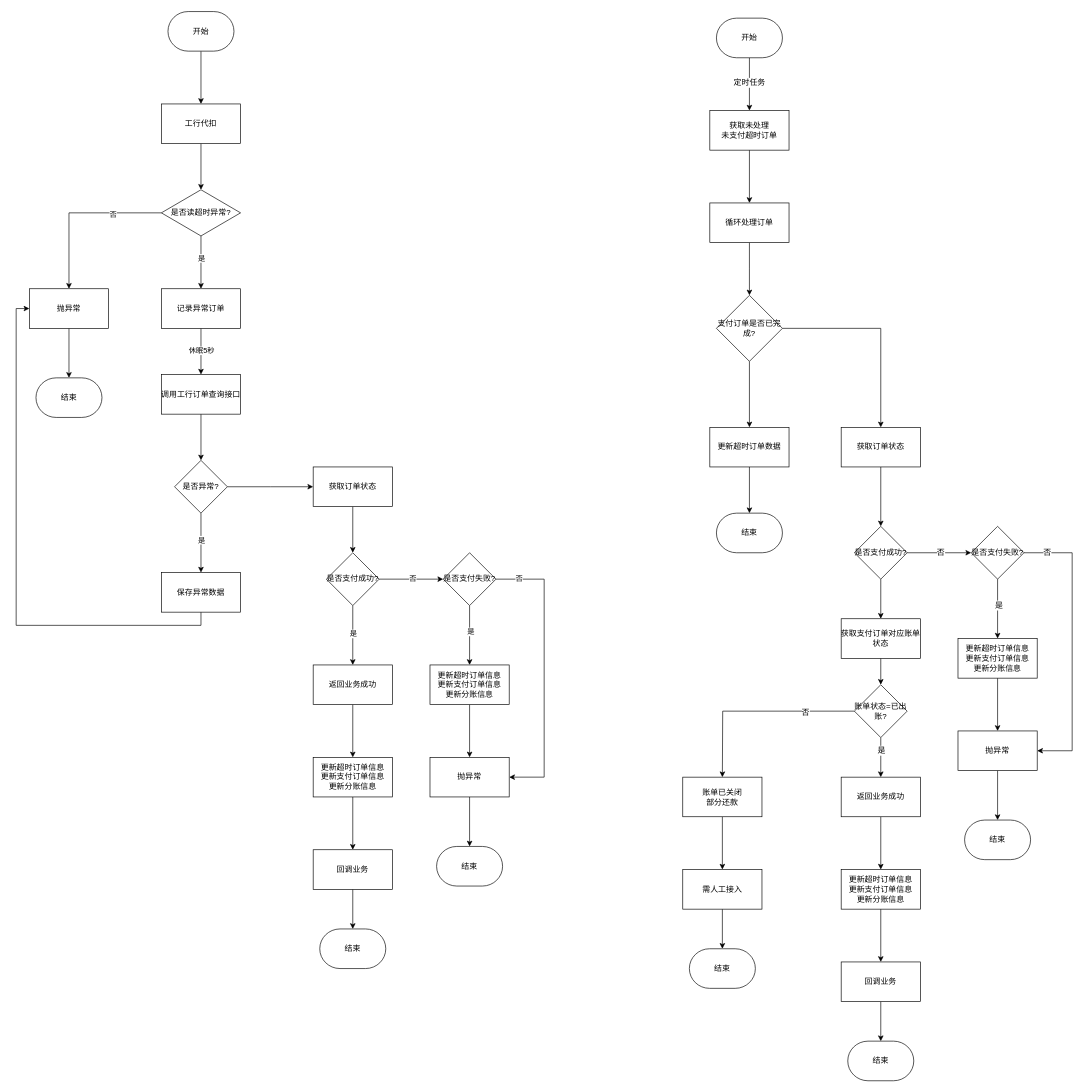
Earlier version of the draw.io diagram 工行超时优化.drawio (tanglusheng/drawio). Source tidied: cells renumbered, new cells numbered last; positions are measured from the earlier drawing's top-left corner, leaving out a move shared by most shapes. Both pictures are drawn from the tidied source at 66%, with x=0, y=0 at pixel (29, 11).
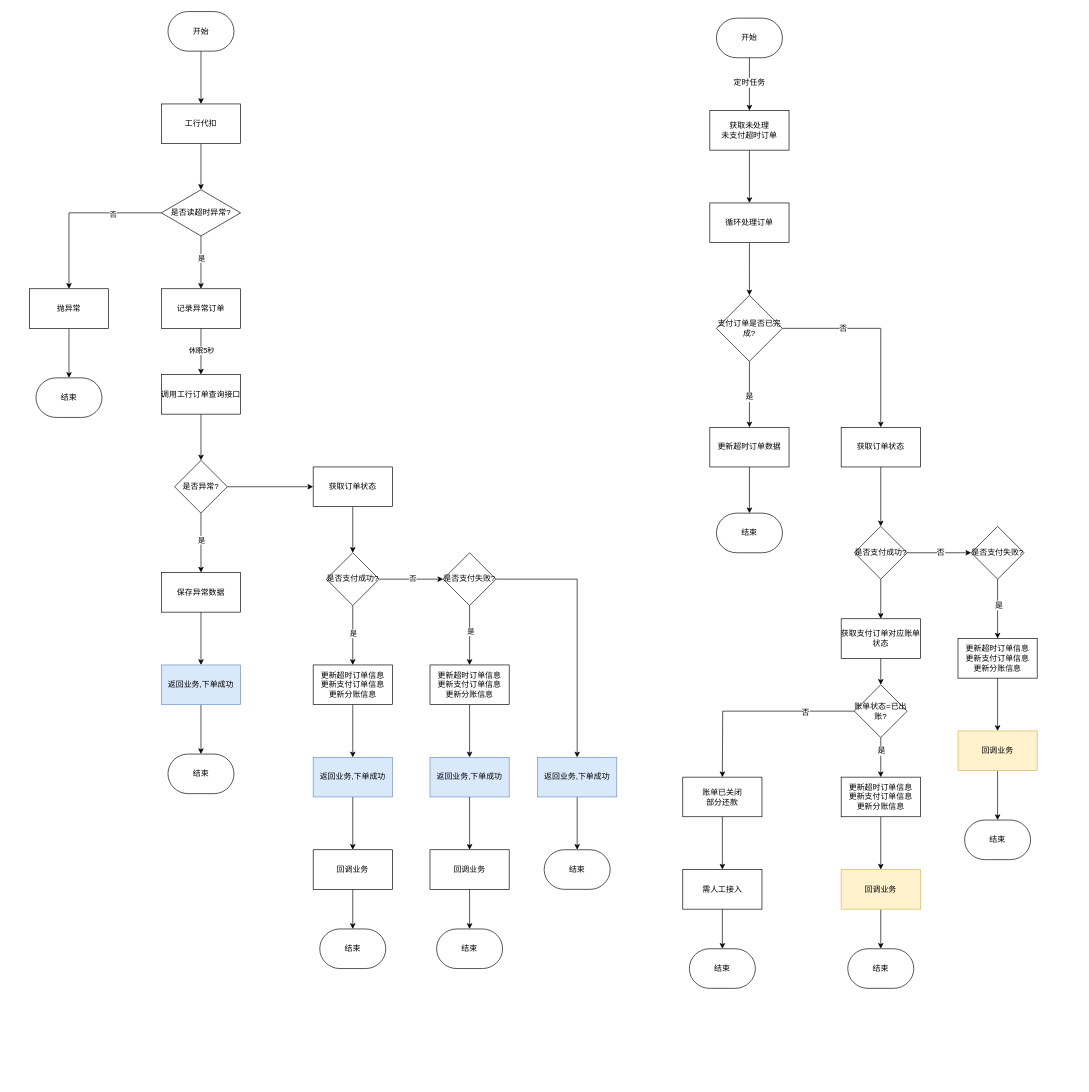
The same page after the edit.

Commit message:
更新工行超时优化.drawio

The change refers to these unchanged cells:
```xml
<mxCell id="15" value="抛异常" style="whiteSpace=wrap;html=1;strokeWidth=1;spacing=1;" parent="1" vertex="1">
  <mxGeometry y="420" width="120" height="60" as="geometry" />
</mxCell>
<mxCell id="24" value="保存异常数据" style="whiteSpace=wrap;html=1;strokeWidth=1;spacing=1;" parent="1" vertex="1">
  <mxGeometry x="200" y="850" width="120" height="60" as="geometry" />
</mxCell>
<mxCell id="43" value="是否支付失败?" style="rhombus;whiteSpace=wrap;html=1;strokeWidth=1;spacing=1;" parent="1" vertex="1">
  <mxGeometry x="627" y="820" width="80" height="80" as="geometry" />
</mxCell>
<mxCell id="56" style="edgeStyle=orthogonalEdgeStyle;rounded=0;jettySize=auto;html=1;spacing=1;strokeColor=default;strokeWidth=1;align=center;verticalAlign=middle;fontFamily=Helvetica;fontSize=12;fontColor=default;fillColor=default;" parent="1" edge="1" source="58" target="60">
  <mxGeometry relative="1" as="geometry" />
</mxCell>
<mxCell id="57" style="edgeStyle=orthogonalEdgeStyle;rounded=0;jettySize=auto;html=1;exitX=1;exitY=0.5;exitDx=0;exitDy=0;exitPerimeter=0;entryX=0.5;entryY=0;entryDx=0;entryDy=0;spacing=1;strokeColor=default;strokeWidth=1;align=center;verticalAlign=middle;fontFamily=Helvetica;fontSize=12;fontColor=default;fillColor=default;" parent="1" edge="1" source="58" target="62">
  <mxGeometry relative="1" as="geometry" />
</mxCell>
<mxCell id="79" value="是否支付失败?" style="rhombus;whiteSpace=wrap;html=1;strokeWidth=1;spacing=1;rounded=0;strokeColor=default;align=center;verticalAlign=middle;fontFamily=Helvetica;fontSize=12;fontColor=default;fillColor=default;" parent="1" vertex="1">
  <mxGeometry x="1427" y="780" width="80" height="80" as="geometry" />
</mxCell>
<mxCell id="91" value="账单状态=已出账?" style="rhombus;whiteSpace=wrap;html=1;rounded=0;spacing=1;strokeWidth=1;" parent="1" vertex="1">
  <mxGeometry x="1250" y="1020" width="80" height="80" as="geometry" />
</mxCell>
```

Diff of the diagram source:
```diff
@@
-    <mxCell id="23" style="edgeStyle=orthogonalEdgeStyle;rounded=0;jettySize=auto;html=1;exitX=0.5;exitY=1;exitDx=0;exitDy=0;entryX=0;entryY=0.5;entryDx=0;entryDy=0;spacing=1;" parent="1" edge="1" source="24" target="15">
-      <mxGeometry relative="1" as="geometry" />
-    </mxCell>
+    <mxCell id="97" style="edgeStyle=orthogonalEdgeStyle;rounded=0;jettySize=auto;html=1;fontFamily=Helvetica;fontSize=12;fontColor=default;" parent="1" edge="1" source="24" target="101">
+      <mxGeometry relative="1" as="geometry" />
+    </mxCell>
@@
-    <mxCell id="33" value="返回业务成功" style="whiteSpace=wrap;html=1;strokeWidth=1;spacing=1;" parent="1" vertex="1">
+    <mxCell id="33" value="更新超时订单信息&lt;div&gt;更新支付订单信息&lt;/div&gt;&lt;span style=&quot;background-color: transparent;&quot;&gt;更新分账信息&lt;/span&gt;" style="whiteSpace=wrap;html=1;strokeWidth=1;spacing=1;" parent="1" vertex="1">
       <mxGeometry x="430" y="990" width="120" height="60" as="geometry" />
     </mxCell>
@@
-    <mxCell id="35" value="更新超时订单信息&lt;div&gt;更新支付订单信息&lt;/div&gt;&lt;div&gt;更新分账信息&lt;/div&gt;" style="whiteSpace=wrap;html=1;strokeWidth=1;spacing=1;" parent="1" vertex="1">
+    <mxCell id="35" value="返回业务,下单成功" style="whiteSpace=wrap;html=1;strokeWidth=1;spacing=1;fillColor=#dae8fc;strokeColor=#6c8ebf;" parent="1" vertex="1">
       <mxGeometry x="430" y="1130" width="120" height="60" as="geometry" />
     </mxCell>
@@
-    <mxCell id="41" style="edgeStyle=orthogonalEdgeStyle;rounded=0;jettySize=auto;html=1;entryX=1;entryY=0.5;entryDx=0;entryDy=0;spacing=1;" parent="1" edge="1" source="43" target="47">
-      <mxGeometry relative="1" as="geometry">
-        <Array as="points">
-          <mxPoint x="780" y="860" />
-          <mxPoint x="780" y="1160" />
-        </Array>
-      </mxGeometry>
-    </mxCell>
-    <mxCell id="42" value="否" style="edgeLabel;html=1;align=center;verticalAlign=middle;spacing=1;" parent="41" vertex="1">
-      <mxGeometry x="-0.84" y="1" relative="1" as="geometry" />
-    </mxCell>
@@
-    <mxCell id="46" style="edgeStyle=orthogonalEdgeStyle;rounded=0;jettySize=auto;html=1;spacing=1;strokeWidth=1;" parent="1" edge="1" source="47" target="48">
+    <mxCell id="46" style="edgeStyle=orthogonalEdgeStyle;rounded=0;jettySize=auto;html=1;spacing=1;strokeWidth=1;" parent="1" edge="1" source="104" target="48">
       <mxGeometry relative="1" as="geometry" />
     </mxCell>
-    <mxCell id="47" value="抛异常" style="whiteSpace=wrap;html=1;strokeWidth=1;spacing=1;" parent="1" vertex="1">
+    <mxCell id="47" value="返回业务,下单成功" style="whiteSpace=wrap;html=1;strokeWidth=1;spacing=1;fillColor=#dae8fc;strokeColor=#6c8ebf;" parent="1" vertex="1">
       <mxGeometry x="607" y="1130" width="120" height="60" as="geometry" />
     </mxCell>
     <mxCell id="48" value="结束" style="strokeWidth=1;html=1;shape=mxgraph.flowchart.terminator;whiteSpace=wrap;spacing=1;" parent="1" vertex="1">
-      <mxGeometry x="617" y="1265" width="100" height="60" as="geometry" />
+      <mxGeometry x="617" y="1390" width="100" height="60" as="geometry" />
     </mxCell>
@@
+    <mxCell id="98" value="是" style="edgeLabel;html=1;align=center;verticalAlign=middle;rounded=0;strokeColor=default;fontFamily=Helvetica;fontSize=12;fontColor=default;fillColor=default;" parent="56" vertex="1">
+      <mxGeometry x="0.05" y="-1" relative="1" as="geometry" />
+    </mxCell>
@@
+    <mxCell id="99" value="否" style="edgeLabel;html=1;align=center;verticalAlign=middle;rounded=0;strokeColor=default;fontFamily=Helvetica;fontSize=12;fontColor=default;fillColor=default;" parent="57" vertex="1">
+      <mxGeometry x="-0.39" relative="1" as="geometry" />
+    </mxCell>
@@
-    <mxCell id="68" style="edgeStyle=orthogonalEdgeStyle;rounded=0;jettySize=auto;html=1;spacing=1;strokeColor=default;strokeWidth=1;align=center;verticalAlign=middle;fontFamily=Helvetica;fontSize=12;fontColor=default;fillColor=default;" parent="1" edge="1" source="69" target="71">
-      <mxGeometry relative="1" as="geometry" />
-    </mxCell>
-    <mxCell id="69" value="返回业务成功" style="whiteSpace=wrap;html=1;strokeWidth=1;spacing=1;rounded=0;strokeColor=default;align=center;verticalAlign=middle;fontFamily=Helvetica;fontSize=12;fontColor=default;fillColor=default;" parent="1" vertex="1">
-      <mxGeometry x="1230" y="1160" width="120" height="60" as="geometry" />
-    </mxCell>
@@
     <mxCell id="71" value="更新超时订单信息&lt;div&gt;更新支付订单信息&lt;/div&gt;&lt;div&gt;更新分账信息&lt;/div&gt;" style="whiteSpace=wrap;html=1;strokeWidth=1;spacing=1;rounded=0;strokeColor=default;align=center;verticalAlign=middle;fontFamily=Helvetica;fontSize=12;fontColor=default;fillColor=default;" parent="1" vertex="1">
-      <mxGeometry x="1230" y="1300" width="120" height="60" as="geometry" />
+      <mxGeometry x="1230" y="1160" width="120" height="60" as="geometry" />
     </mxCell>
@@
-    <mxCell id="73" value="回调业务" style="whiteSpace=wrap;html=1;strokeWidth=1;spacing=1;rounded=0;strokeColor=default;align=center;verticalAlign=middle;fontFamily=Helvetica;fontSize=12;fontColor=default;fillColor=default;" parent="1" vertex="1">
-      <mxGeometry x="1230" y="1440" width="120" height="60" as="geometry" />
+    <mxCell id="73" value="回调业务" style="whiteSpace=wrap;html=1;strokeWidth=1;spacing=1;rounded=0;strokeColor=#d6b656;align=center;verticalAlign=middle;fontFamily=Helvetica;fontSize=12;fillColor=#fff2cc;" parent="1" vertex="1">
+      <mxGeometry x="1230" y="1300" width="120" height="60" as="geometry" />
     </mxCell>
     <mxCell id="74" value="结束" style="strokeWidth=1;html=1;shape=mxgraph.flowchart.terminator;whiteSpace=wrap;spacing=1;rounded=0;strokeColor=default;align=center;verticalAlign=middle;fontFamily=Helvetica;fontSize=12;fontColor=default;fillColor=default;" parent="1" vertex="1">
-      <mxGeometry x="1240" y="1560" width="100" height="60" as="geometry" />
+      <mxGeometry x="1240" y="1420" width="100" height="60" as="geometry" />
     </mxCell>
@@
-    <mxCell id="77" style="edgeStyle=orthogonalEdgeStyle;rounded=0;jettySize=auto;html=1;entryX=1;entryY=0.5;entryDx=0;entryDy=0;spacing=1;strokeColor=default;strokeWidth=1;align=center;verticalAlign=middle;fontFamily=Helvetica;fontSize=12;fontColor=default;fillColor=default;" parent="1" edge="1" source="79" target="83">
-      <mxGeometry relative="1" as="geometry">
-        <Array as="points">
-          <mxPoint x="1580" y="820" />
-          <mxPoint x="1580" y="1120" />
-        </Array>
-      </mxGeometry>
-    </mxCell>
-    <mxCell id="78" value="否" style="edgeLabel;html=1;align=center;verticalAlign=middle;spacing=1;rounded=0;strokeColor=default;strokeWidth=1;fontFamily=Helvetica;fontSize=12;fontColor=default;fillColor=default;" parent="77" vertex="1">
-      <mxGeometry x="-0.84" y="1" relative="1" as="geometry" />
-    </mxCell>
@@
-    <mxCell id="83" value="抛异常" style="whiteSpace=wrap;html=1;strokeWidth=1;spacing=1;rounded=0;strokeColor=default;align=center;verticalAlign=middle;fontFamily=Helvetica;fontSize=12;fontColor=default;fillColor=default;" parent="1" vertex="1">
+    <mxCell id="83" value="回调业务" style="whiteSpace=wrap;html=1;strokeWidth=1;spacing=1;rounded=0;strokeColor=#d6b656;align=center;verticalAlign=middle;fontFamily=Helvetica;fontSize=12;fillColor=#fff2cc;" parent="1" vertex="1">
       <mxGeometry x="1407" y="1090" width="120" height="60" as="geometry" />
     </mxCell>
@@
-    <mxCell id="87" style="edgeStyle=orthogonalEdgeStyle;rounded=0;jettySize=auto;html=1;fontFamily=Helvetica;fontSize=12;fontColor=default;" parent="1" edge="1" source="91" target="69">
+    <mxCell id="87" style="edgeStyle=orthogonalEdgeStyle;rounded=0;jettySize=auto;html=1;fontFamily=Helvetica;fontSize=12;fontColor=default;entryX=0.5;entryY=0;entryDx=0;entryDy=0;" parent="1" edge="1" source="91" target="71">
       <mxGeometry relative="1" as="geometry" />
     </mxCell>
@@
+    <mxCell id="100" style="edgeStyle=orthogonalEdgeStyle;rounded=0;jettySize=auto;html=1;spacing=1;" parent="1" edge="1" source="101" target="102">
+      <mxGeometry relative="1" as="geometry" />
+    </mxCell>
+    <mxCell id="101" value="返回业务,下单成功" style="whiteSpace=wrap;html=1;strokeWidth=1;spacing=1;fillColor=#dae8fc;strokeColor=#6c8ebf;" parent="1" vertex="1">
+      <mxGeometry x="200" y="990" width="120" height="60" as="geometry" />
+    </mxCell>
+    <mxCell id="102" value="结束" style="strokeWidth=1;html=1;shape=mxgraph.flowchart.terminator;whiteSpace=wrap;spacing=1;" parent="1" vertex="1">
+      <mxGeometry x="210" y="1125" width="100" height="60" as="geometry" />
+    </mxCell>
+    <mxCell id="103" style="edgeStyle=orthogonalEdgeStyle;rounded=0;jettySize=auto;html=1;spacing=1;strokeWidth=1;" parent="1" edge="1" source="47" target="104">
+      <mxGeometry relative="1" as="geometry" />
+    </mxCell>
+    <mxCell id="104" value="回调业务" style="whiteSpace=wrap;html=1;strokeWidth=1;spacing=1;" parent="1" vertex="1">
+      <mxGeometry x="607" y="1270" width="120" height="60" as="geometry" />
+    </mxCell>
+    <mxCell id="105" style="edgeStyle=orthogonalEdgeStyle;rounded=0;jettySize=auto;html=1;exitX=1;exitY=0.5;exitDx=0;exitDy=0;fontFamily=Helvetica;fontSize=12;fontColor=default;" parent="1" edge="1" source="43" target="107">
+      <mxGeometry relative="1" as="geometry" />
+    </mxCell>
+    <mxCell id="106" style="edgeStyle=orthogonalEdgeStyle;rounded=0;jettySize=auto;html=1;fontFamily=Helvetica;fontSize=12;fontColor=default;" parent="1" edge="1" source="107" target="108">
+      <mxGeometry relative="1" as="geometry" />
+    </mxCell>
+    <mxCell id="107" value="返回业务,下单成功" style="whiteSpace=wrap;html=1;strokeWidth=1;spacing=1;fillColor=#dae8fc;strokeColor=#6c8ebf;" parent="1" vertex="1">
+      <mxGeometry x="770" y="1130" width="120" height="60" as="geometry" />
+    </mxCell>
+    <mxCell id="108" value="结束" style="strokeWidth=1;html=1;shape=mxgraph.flowchart.terminator;whiteSpace=wrap;spacing=1;" parent="1" vertex="1">
+      <mxGeometry x="780" y="1270" width="100" height="60" as="geometry" />
+    </mxCell>
```
